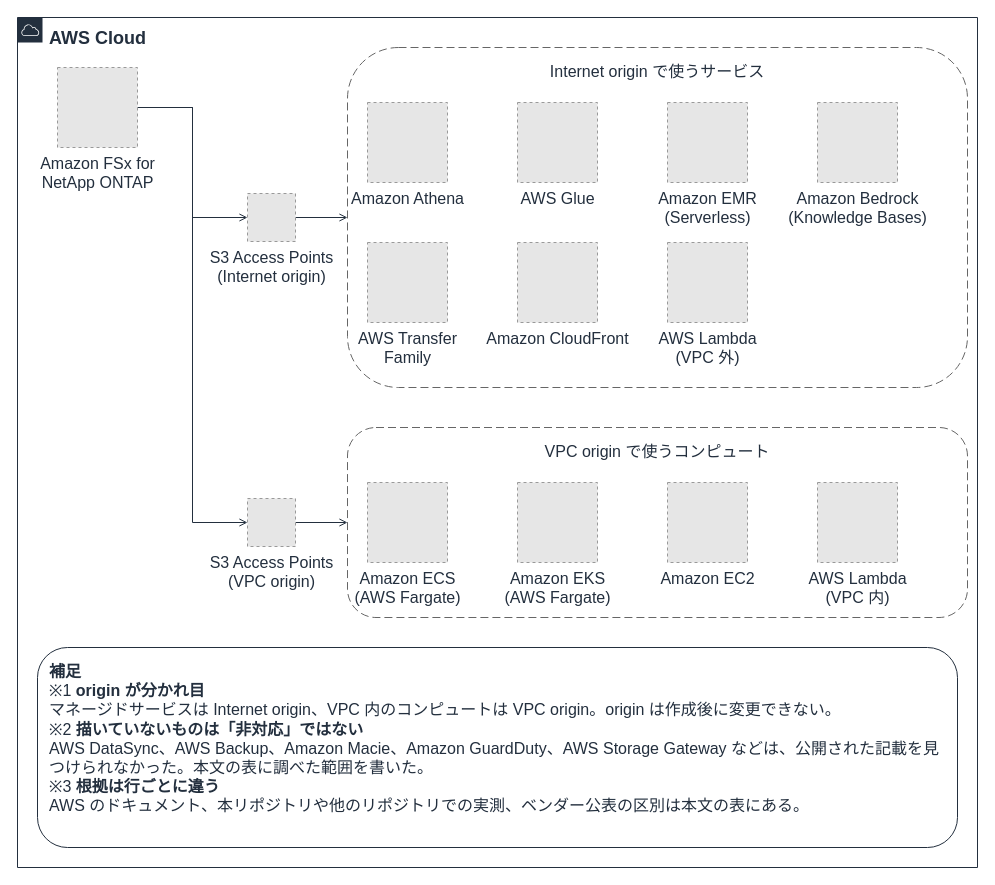
Before: docs/_assets/diagrams/s3ap-consumer-map.drawio in Yoshiki0705/FSx-for-ONTAP-Container-Datastore-Patterns, a draw.io diagram. Source tidied: cells renumbered, new cells numbered last; positions are measured from the earlier drawing's top-left corner, leaving out a move shared by most shapes. Both pictures are drawn from the tidied source at 100%, with x=0, y=0 at pixel (17, 17). Pictures stored in the file or linked from it are replaced by grey dashed boxes.
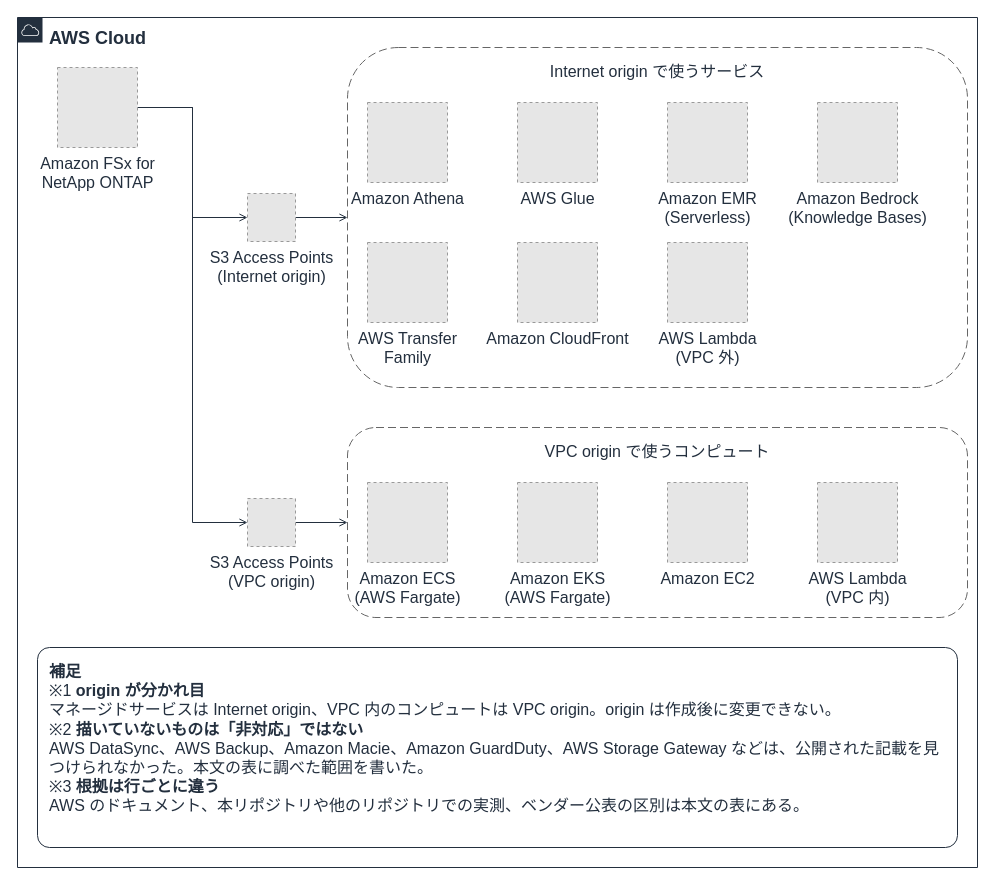
After the change.

Diff of the diagram source:
```diff
@@
-    <mxCell id="9" value="&lt;b&gt;補足&lt;/b&gt;&lt;br&gt;※1 &lt;b&gt;origin が分かれ目&lt;/b&gt;&lt;br&gt;マネージドサービスは Internet origin、VPC 内のコンピュートは VPC origin。origin は作成後に変更できない。&lt;br&gt;※2 &lt;b&gt;描いていないものは「非対応」ではない&lt;/b&gt;&lt;br&gt;AWS DataSync、AWS Backup、Amazon Macie、Amazon GuardDuty、AWS Storage Gateway などは、公開された記載を見つけられなかった。本文の表に調べた範囲を書いた。&lt;br&gt;※3 &lt;b&gt;根拠は行ごとに違う&lt;/b&gt;&lt;br&gt;AWS のドキュメント、本リポジトリや他のリポジトリでの実測、ベンダー公表の区別は本文の表にある。" style="rounded=1;whiteSpace=wrap;html=1;strokeColor=#232F3E;fillColor=none;fontColor=#232F3E;fontSize=16;verticalAlign=top;align=left;spacingLeft=10;spacingRight=10;spacingTop=8;" parent="1" vertex="1">
+    <mxCell id="9" value="&lt;b&gt;補足&lt;/b&gt;&lt;br&gt;※1 &lt;b&gt;origin が分かれ目&lt;/b&gt;&lt;br&gt;マネージドサービスは Internet origin、VPC 内のコンピュートは VPC origin。origin は作成後に変更できない。&lt;br&gt;※2 &lt;b&gt;描いていないものは「非対応」ではない&lt;/b&gt;&lt;br&gt;AWS DataSync、AWS Backup、Amazon Macie、Amazon GuardDuty、AWS Storage Gateway などは、公開された記載を見つけられなかった。本文の表に調べた範囲を書いた。&lt;br&gt;※3 &lt;b&gt;根拠は行ごとに違う&lt;/b&gt;&lt;br&gt;AWS のドキュメント、本リポジトリや他のリポジトリでの実測、ベンダー公表の区別は本文の表にある。" style="rounded=1;absoluteArcSize=1;arcSize=24;whiteSpace=wrap;html=1;strokeColor=#232F3E;fillColor=none;fontColor=#232F3E;fontSize=16;verticalAlign=top;align=left;spacingLeft=10;spacingRight=10;spacingTop=8;" parent="1" vertex="1">
       <mxGeometry x="20" y="630" width="920" height="200" as="geometry" />
     </mxCell>
```
